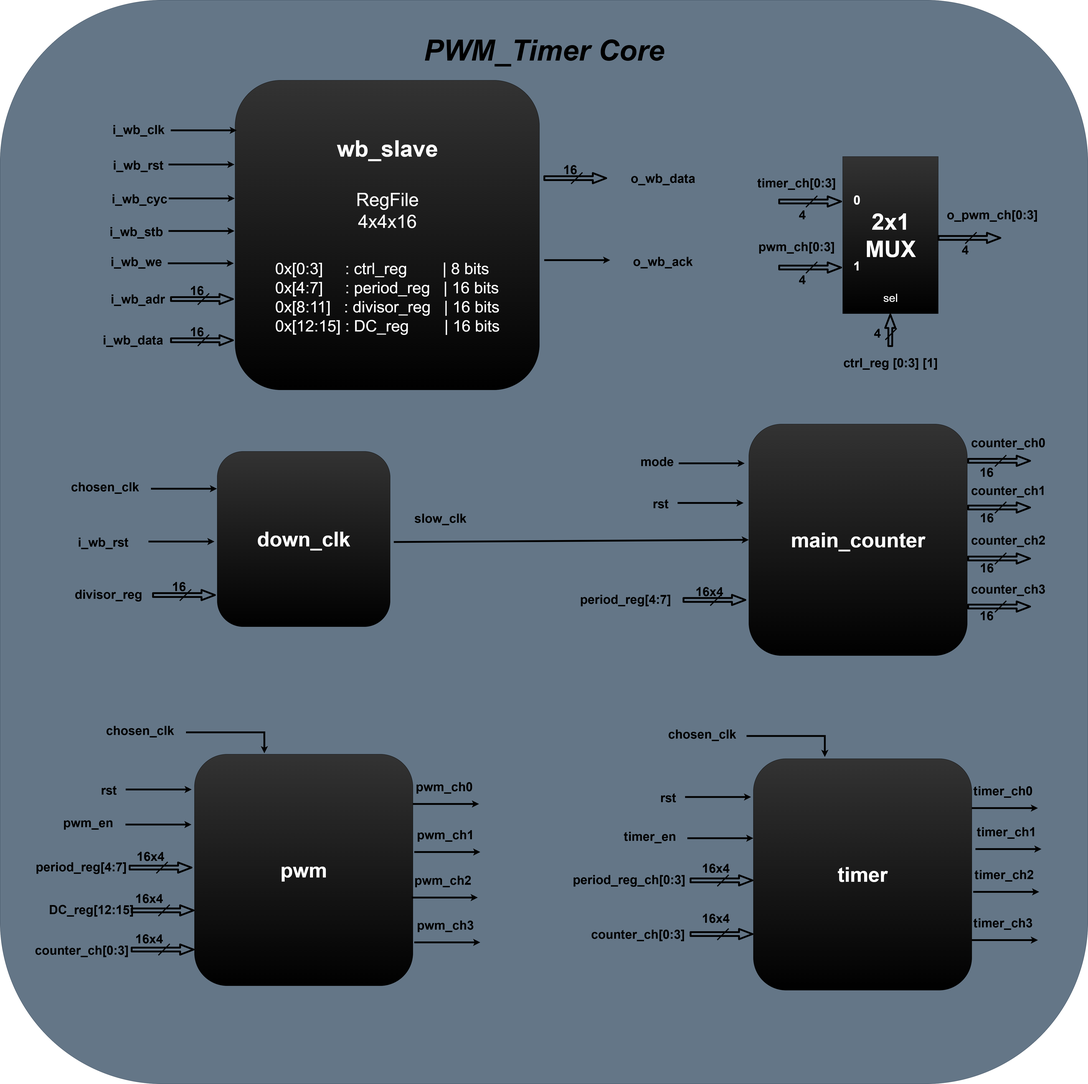
kareem05-ash/PWM_Timer keeps this draw.io diagram as Docs/Block_diagram.png. Above is the earlier version. Source tidied: cells renumbered, new cells last; positions are measured from the earlier drawing's top-left corner, leaving out a move shared by most shapes.
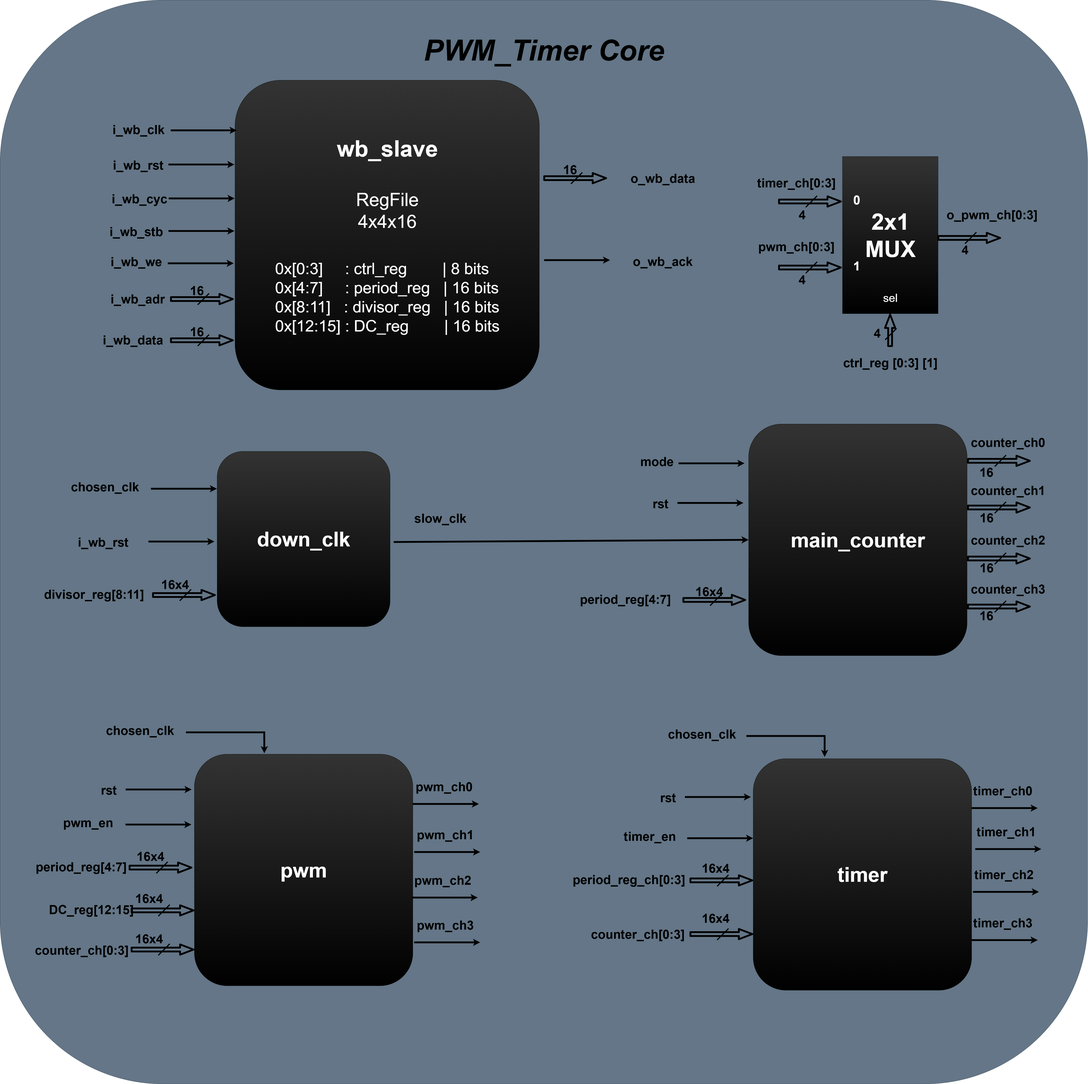
Later version of the same file.

Commit message:
edit diisor_reg bus width

Diff of the diagram source:
```diff
@@ -131,11 +131,8 @@
         <mxPoint x="839.5" y="2588" as="targetPoint" />
       </mxGeometry>
     </mxCell>
-    <mxCell id="31" value="&lt;span&gt;&lt;font&gt;16&lt;/font&gt;&lt;/span&gt;" style="text;html=1;align=center;verticalAlign=middle;whiteSpace=wrap;rounded=0;fontColor=#000000;fontSize=55;fontStyle=1;" parent="1" vertex="1">
-      <mxGeometry x="760.5" y="2545" width="50" height="60" as="geometry" />
-    </mxCell>
-    <mxCell id="32" value="&lt;font&gt;divisor_reg&lt;/font&gt;" style="text;html=1;align=center;verticalAlign=middle;whiteSpace=wrap;rounded=0;fontColor=#000000;fontSize=55;fontStyle=1;" parent="1" vertex="1">
-      <mxGeometry x="316" y="2559" width="320" height="100" as="geometry" />
+    <mxCell id="32" value="&lt;font&gt;divisor_reg[8:11]&lt;/font&gt;" style="text;html=1;align=center;verticalAlign=middle;whiteSpace=wrap;rounded=0;fontColor=#000000;fontSize=55;fontStyle=1;" parent="1" vertex="1">
+      <mxGeometry x="190" y="2559" width="446" height="100" as="geometry" />
     </mxCell>
     <mxCell id="33" style="endArrow=classic;html=1;rounded=0;strokeWidth=8;fontColor=#000000;fontSize=55;fontStyle=1;" parent="1" edge="1">
       <mxGeometry relative="1" as="geometry">
@@ -585,5 +582,8 @@
     <mxCell id="133" value="&lt;span&gt;&lt;font&gt;16x4&lt;/font&gt;&lt;/span&gt;" style="text;html=1;align=center;verticalAlign=middle;whiteSpace=wrap;rounded=0;fontColor=#000000;fontSize=55;fontStyle=1;" parent="1" vertex="1">
       <mxGeometry x="630" y="4092" width="50" height="60" as="geometry" />
     </mxCell>
+    <mxCell id="134" value="&lt;span&gt;&lt;font&gt;16x4&lt;/font&gt;&lt;/span&gt;" style="text;html=1;align=center;verticalAlign=middle;whiteSpace=wrap;rounded=0;fontColor=#000000;fontSize=55;fontStyle=1;" parent="1" vertex="1">
+      <mxGeometry x="744" y="2535.5" width="50" height="60" as="geometry" />
+    </mxCell>
   </root>
 </mxGraphModel>
```
